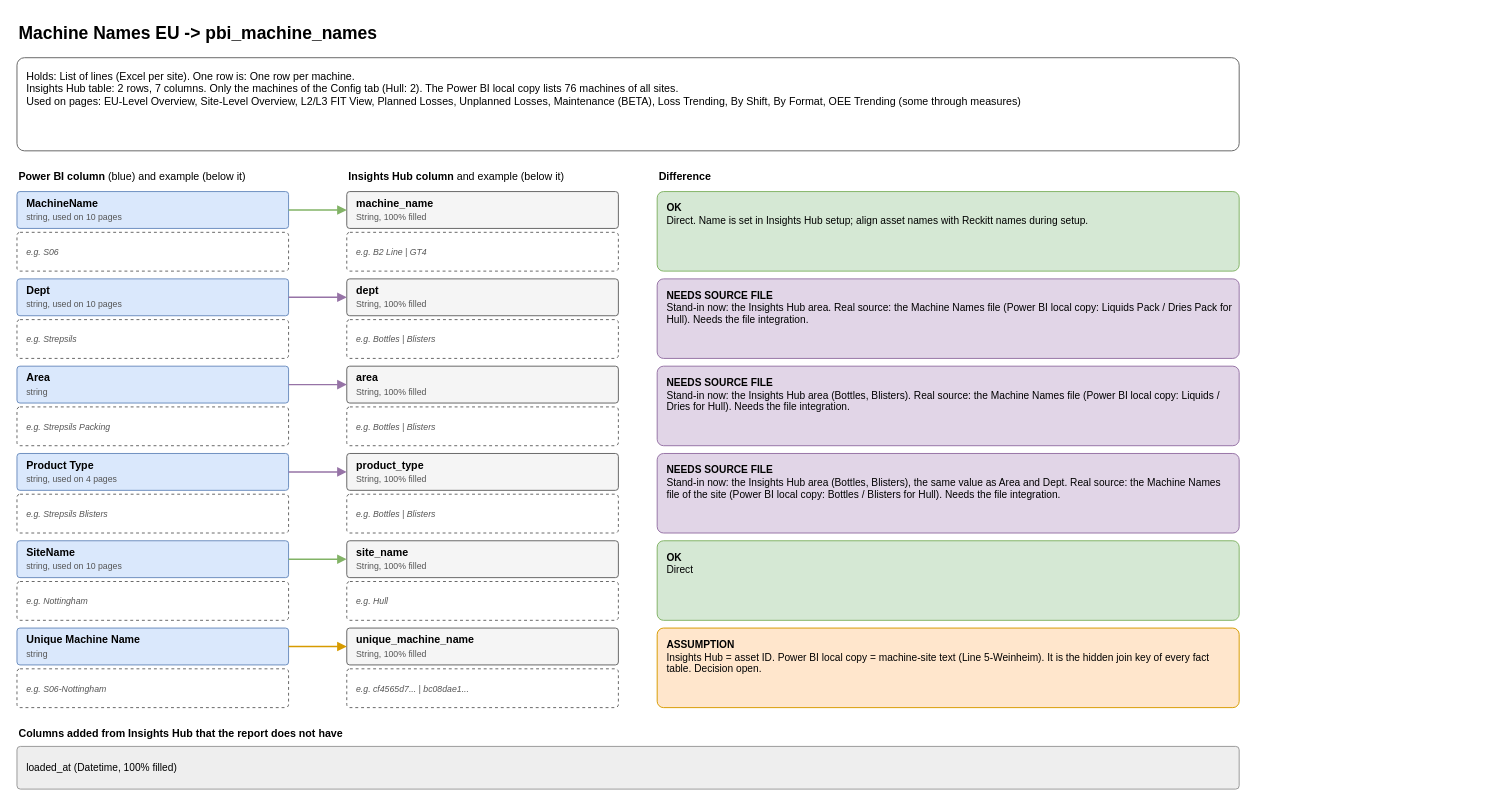
Above: page "1 Machine Names EU" (2 of 9) of diagrams/powerbi-data-map.drawio in AbiyyuMufti/SIH-IBMX-R (draw.io), before the change. Source tidied: cells renumbered, new cells numbered last; positions are measured from the earlier drawing's top-left corner, leaving out a move shared by most shapes. Both pictures are drawn from the tidied source at 97%, with x=0, y=0 at pixel (16, 16).
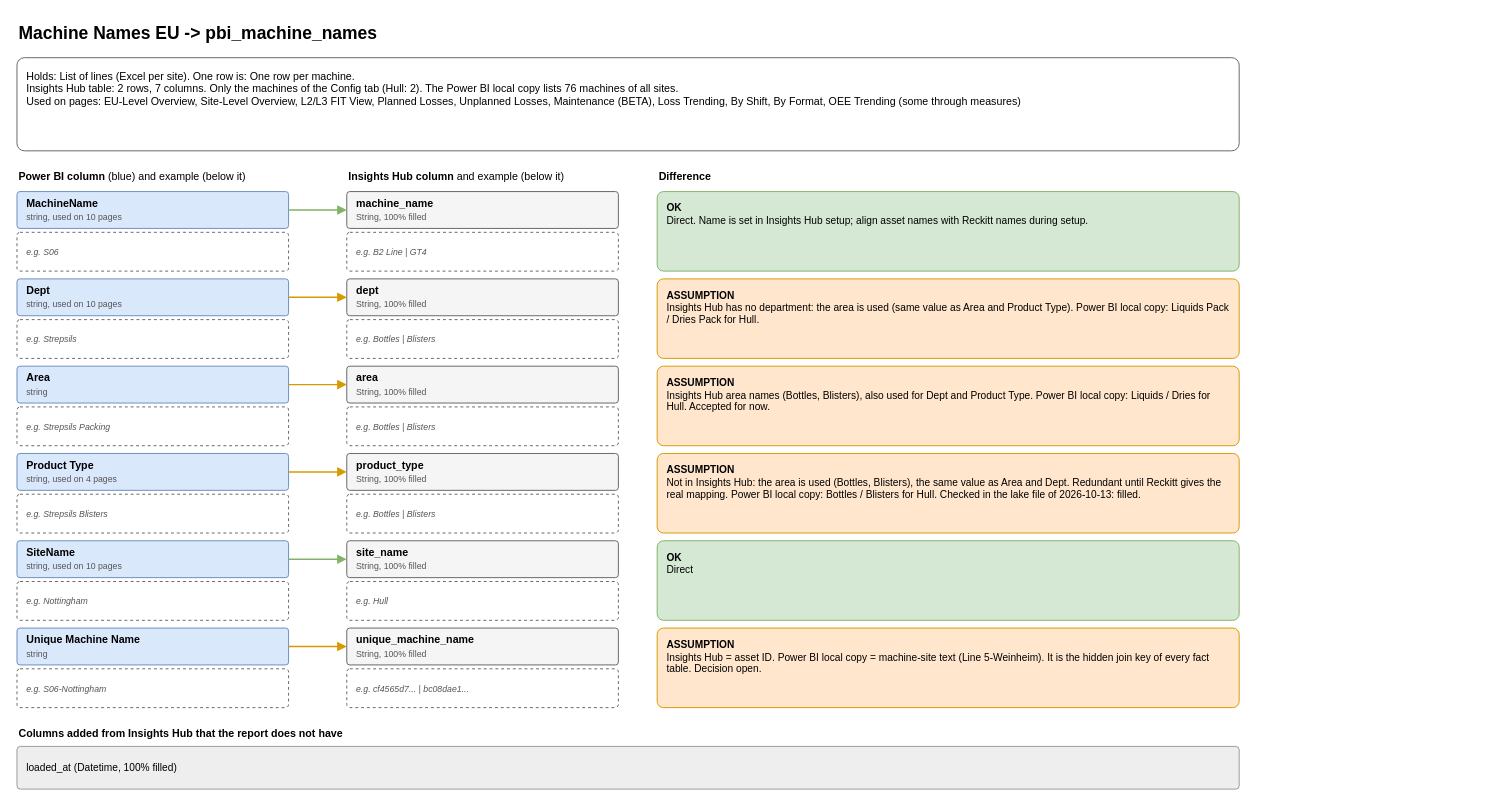
Above is the later version.

Unchanged cells that the change refers to:
```xml
<mxCell id="13" value="&lt;b&gt;Dept&lt;/b&gt;&lt;br&gt;&lt;font style=&quot;font-size:9px&quot; color=&quot;#555555&quot;&gt;string, used on 10 pages&lt;/font&gt;" style="rounded=1;whiteSpace=wrap;html=1;align=left;verticalAlign=middle;spacingLeft=8;spacingRight=6;spacingTop=2;spacingBottom=2;fontSize=11;arcSize=8;fillColor=#dae8fc;strokeColor=#6c8ebf;" parent="1" vertex="1">
  <mxGeometry y="270" width="280" height="38" as="geometry" />
</mxCell>
<mxCell id="15" value="&lt;b&gt;dept&lt;/b&gt;&lt;br&gt;&lt;font style=&quot;font-size:9px&quot; color=&quot;#555555&quot;&gt;String, 100% filled&lt;/font&gt;" style="rounded=1;whiteSpace=wrap;html=1;align=left;verticalAlign=middle;spacingLeft=8;spacingRight=6;spacingTop=2;spacingBottom=2;fontSize=11;arcSize=8;fillColor=#f5f5f5;strokeColor=#666666;" parent="1" vertex="1">
  <mxGeometry x="340" y="270" width="280" height="38" as="geometry" />
</mxCell>
<mxCell id="19" value="&lt;b&gt;Area&lt;/b&gt;&lt;br&gt;&lt;font style=&quot;font-size:9px&quot; color=&quot;#555555&quot;&gt;string&lt;/font&gt;" style="rounded=1;whiteSpace=wrap;html=1;align=left;verticalAlign=middle;spacingLeft=8;spacingRight=6;spacingTop=2;spacingBottom=2;fontSize=11;arcSize=8;fillColor=#dae8fc;strokeColor=#6c8ebf;" parent="1" vertex="1">
  <mxGeometry y="360" width="280" height="38" as="geometry" />
</mxCell>
<mxCell id="21" value="&lt;b&gt;area&lt;/b&gt;&lt;br&gt;&lt;font style=&quot;font-size:9px&quot; color=&quot;#555555&quot;&gt;String, 100% filled&lt;/font&gt;" style="rounded=1;whiteSpace=wrap;html=1;align=left;verticalAlign=middle;spacingLeft=8;spacingRight=6;spacingTop=2;spacingBottom=2;fontSize=11;arcSize=8;fillColor=#f5f5f5;strokeColor=#666666;" parent="1" vertex="1">
  <mxGeometry x="340" y="360" width="280" height="38" as="geometry" />
</mxCell>
<mxCell id="25" value="&lt;b&gt;Product Type&lt;/b&gt;&lt;br&gt;&lt;font style=&quot;font-size:9px&quot; color=&quot;#555555&quot;&gt;string, used on 4 pages&lt;/font&gt;" style="rounded=1;whiteSpace=wrap;html=1;align=left;verticalAlign=middle;spacingLeft=8;spacingRight=6;spacingTop=2;spacingBottom=2;fontSize=11;arcSize=8;fillColor=#dae8fc;strokeColor=#6c8ebf;" parent="1" vertex="1">
  <mxGeometry y="450" width="280" height="38" as="geometry" />
</mxCell>
<mxCell id="27" value="&lt;b&gt;product_type&lt;/b&gt;&lt;br&gt;&lt;font style=&quot;font-size:9px&quot; color=&quot;#555555&quot;&gt;String, 100% filled&lt;/font&gt;" style="rounded=1;whiteSpace=wrap;html=1;align=left;verticalAlign=middle;spacingLeft=8;spacingRight=6;spacingTop=2;spacingBottom=2;fontSize=11;arcSize=8;fillColor=#f5f5f5;strokeColor=#666666;" parent="1" vertex="1">
  <mxGeometry x="340" y="450" width="280" height="38" as="geometry" />
</mxCell>
```

Diff of the diagram source:
```diff
@@
-    <mxCell id="17" style="edgeStyle=orthogonalEdgeStyle;html=1;endArrow=block;endFill=1;strokeWidth=1.5;strokeColor=#9673a6;" parent="1" edge="1" source="13" target="15">
+    <mxCell id="17" style="edgeStyle=orthogonalEdgeStyle;html=1;endArrow=block;endFill=1;strokeWidth=1.5;strokeColor=#d79b00;" parent="1" edge="1" source="13" target="15">
       <mxGeometry relative="1" as="geometry" />
     </mxCell>
-    <mxCell id="18" value="&lt;b&gt;NEEDS SOURCE FILE&lt;/b&gt;&lt;br&gt;Stand-in now: the Insights Hub area. Real source: the Machine Names file (Power BI local copy: Liquids Pack / Dries Pack for Hull). Needs the file integration." style="rounded=1;whiteSpace=wrap;html=1;align=left;verticalAlign=middle;spacingLeft=8;spacingRight=6;spacingTop=2;spacingBottom=2;fontSize=11;arcSize=8;fillColor=#e1d5e7;strokeColor=#9673a6;verticalAlign=top;spacingTop=4;fontSize=10.5;" parent="1" vertex="1">
+    <mxCell id="18" value="&lt;b&gt;ASSUMPTION&lt;/b&gt;&lt;br&gt;Insights Hub has no department: the area is used (same value as Area and Product Type). Power BI local copy: Liquids Pack / Dries Pack for Hull." style="rounded=1;whiteSpace=wrap;html=1;align=left;verticalAlign=middle;spacingLeft=8;spacingRight=6;spacingTop=2;spacingBottom=2;fontSize=11;arcSize=8;fillColor=#ffe6cc;strokeColor=#d79b00;verticalAlign=top;spacingTop=4;fontSize=10.5;" parent="1" vertex="1">
       <mxGeometry x="660" y="270" width="600" height="82" as="geometry" />
     </mxCell>
@@
-    <mxCell id="23" style="edgeStyle=orthogonalEdgeStyle;html=1;endArrow=block;endFill=1;strokeWidth=1.5;strokeColor=#9673a6;" parent="1" edge="1" source="19" target="21">
+    <mxCell id="23" style="edgeStyle=orthogonalEdgeStyle;html=1;endArrow=block;endFill=1;strokeWidth=1.5;strokeColor=#d79b00;" parent="1" edge="1" source="19" target="21">
       <mxGeometry relative="1" as="geometry" />
     </mxCell>
-    <mxCell id="24" value="&lt;b&gt;NEEDS SOURCE FILE&lt;/b&gt;&lt;br&gt;Stand-in now: the Insights Hub area (Bottles, Blisters). Real source: the Machine Names file (Power BI local copy: Liquids / Dries for Hull). Needs the file integration." style="rounded=1;whiteSpace=wrap;html=1;align=left;verticalAlign=middle;spacingLeft=8;spacingRight=6;spacingTop=2;spacingBottom=2;fontSize=11;arcSize=8;fillColor=#e1d5e7;strokeColor=#9673a6;verticalAlign=top;spacingTop=4;fontSize=10.5;" parent="1" vertex="1">
+    <mxCell id="24" value="&lt;b&gt;ASSUMPTION&lt;/b&gt;&lt;br&gt;Insights Hub area names (Bottles, Blisters), also used for Dept and Product Type. Power BI local copy: Liquids / Dries for Hull. Accepted for now." style="rounded=1;whiteSpace=wrap;html=1;align=left;verticalAlign=middle;spacingLeft=8;spacingRight=6;spacingTop=2;spacingBottom=2;fontSize=11;arcSize=8;fillColor=#ffe6cc;strokeColor=#d79b00;verticalAlign=top;spacingTop=4;fontSize=10.5;" parent="1" vertex="1">
       <mxGeometry x="660" y="360" width="600" height="82" as="geometry" />
     </mxCell>
@@
-    <mxCell id="29" style="edgeStyle=orthogonalEdgeStyle;html=1;endArrow=block;endFill=1;strokeWidth=1.5;strokeColor=#9673a6;" parent="1" edge="1" source="25" target="27">
+    <mxCell id="29" style="edgeStyle=orthogonalEdgeStyle;html=1;endArrow=block;endFill=1;strokeWidth=1.5;strokeColor=#d79b00;" parent="1" edge="1" source="25" target="27">
       <mxGeometry relative="1" as="geometry" />
     </mxCell>
-    <mxCell id="30" value="&lt;b&gt;NEEDS SOURCE FILE&lt;/b&gt;&lt;br&gt;Stand-in now: the Insights Hub area (Bottles, Blisters), the same value as Area and Dept. Real source: the Machine Names file of the site (Power BI local copy: Bottles / Blisters for Hull). Needs the file integration." style="rounded=1;whiteSpace=wrap;html=1;align=left;verticalAlign=middle;spacingLeft=8;spacingRight=6;spacingTop=2;spacingBottom=2;fontSize=11;arcSize=8;fillColor=#e1d5e7;strokeColor=#9673a6;verticalAlign=top;spacingTop=4;fontSize=10.5;" parent="1" vertex="1">
+    <mxCell id="30" value="&lt;b&gt;ASSUMPTION&lt;/b&gt;&lt;br&gt;Not in Insights Hub: the area is used (Bottles, Blisters), the same value as Area and Dept. Redundant until Reckitt gives the real mapping. Power BI local copy: Bottles / Blisters for Hull. Checked in the lake file of 2026-10-13: filled." style="rounded=1;whiteSpace=wrap;html=1;align=left;verticalAlign=middle;spacingLeft=8;spacingRight=6;spacingTop=2;spacingBottom=2;fontSize=11;arcSize=8;fillColor=#ffe6cc;strokeColor=#d79b00;verticalAlign=top;spacingTop=4;fontSize=10.5;" parent="1" vertex="1">
       <mxGeometry x="660" y="450" width="600" height="82" as="geometry" />
     </mxCell>
```
